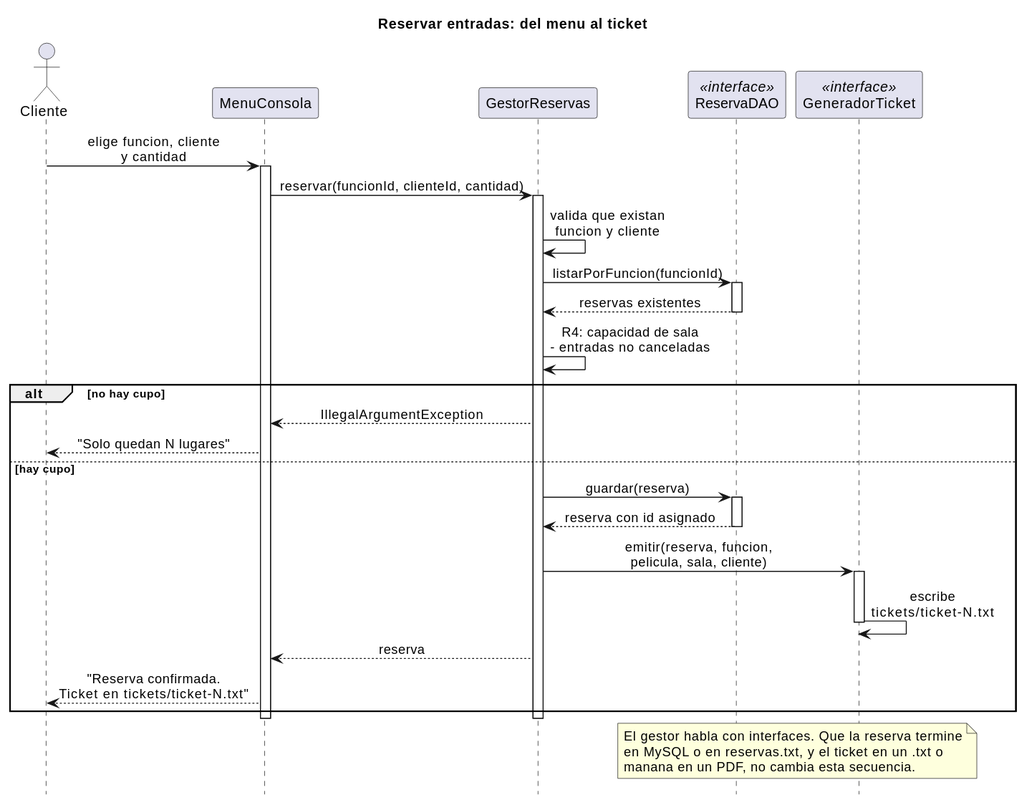
Before: cine-backend/docs/diagramas/secuencia-reserva.svg, a diagram exported from PlantUML (andreiveisuade/cine-uade). Source of this version:
```plantuml
@startuml
title Reservar entradas: del menu al ticket

skinparam sequenceMessageAlign center
hide footbox

actor Cliente
participant "MenuConsola" as UI
participant "GestorReservas" as Gestor
participant "ReservaDAO" as DAO <<interface>>
participant "GeneradorTicket" as Ticket <<interface>>

Cliente -> UI : elige funcion, cliente\ny cantidad
activate UI

UI -> Gestor : reservar(funcionId, clienteId, cantidad)
activate Gestor

Gestor -> Gestor : valida que existan\nfuncion y cliente
Gestor -> DAO : listarPorFuncion(funcionId)
activate DAO
DAO --> Gestor : reservas existentes
deactivate DAO
Gestor -> Gestor : R4: capacidad de sala\n- entradas no canceladas

alt no hay cupo
  Gestor --> UI : IllegalArgumentException
  UI --> Cliente : "Solo quedan N lugares"
else hay cupo
  Gestor -> DAO : guardar(reserva)
  activate DAO
  DAO --> Gestor : reserva con id asignado
  deactivate DAO

  Gestor -> Ticket : emitir(reserva, funcion,\npelicula, sala, cliente)
  activate Ticket
  Ticket -> Ticket : escribe\ntickets/ticket-N.txt
  deactivate Ticket

  Gestor --> UI : reserva
  UI --> Cliente : "Reserva confirmada.\nTicket en tickets/ticket-N.txt"
end
deactivate Gestor
deactivate UI

note over DAO, Ticket
  El gestor habla con interfaces. Que la reserva termine
  en MySQL o en reservas.txt, y el ticket en un .txt o
  manana en un PDF, no cambia esta secuencia.
end note
@enduml
```
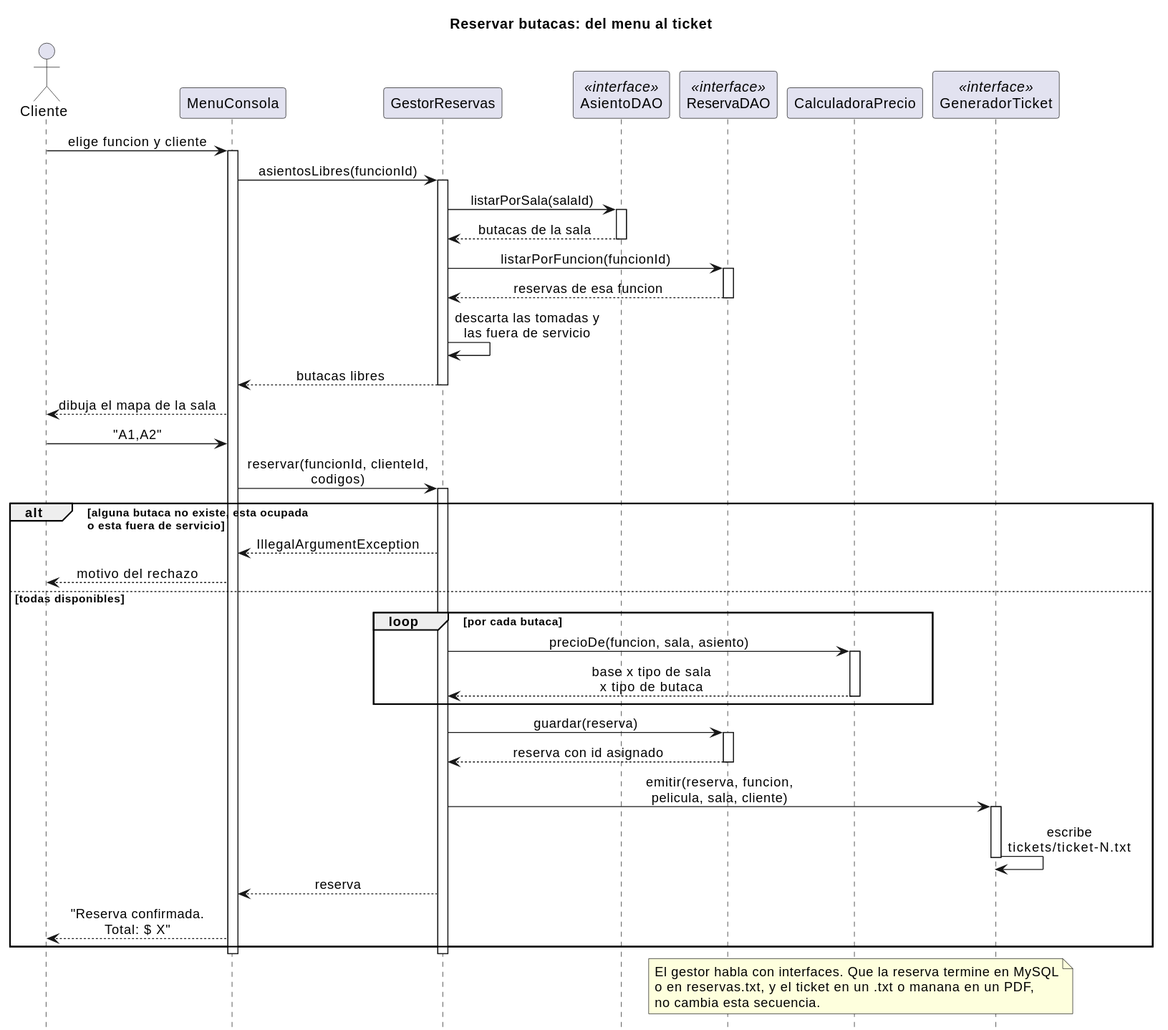
Later version of the same file.

Change to the diagram source:
```diff
@@ -1,5 +1,5 @@
 @startuml
-title Reservar entradas: del menu al ticket
+title Reservar butacas: del menu al ticket
 
 skinparam sequenceMessageAlign center
 hide footbox
@@ -7,26 +7,45 @@
 actor Cliente
 participant "MenuConsola" as UI
 participant "GestorReservas" as Gestor
+participant "AsientoDAO" as Asientos <<interface>>
 participant "ReservaDAO" as DAO <<interface>>
+participant "CalculadoraPrecio" as Precio
 participant "GeneradorTicket" as Ticket <<interface>>
 
-Cliente -> UI : elige funcion, cliente\ny cantidad
+Cliente -> UI : elige funcion y cliente
 activate UI
 
-UI -> Gestor : reservar(funcionId, clienteId, cantidad)
+UI -> Gestor : asientosLibres(funcionId)
+activate Gestor
+Gestor -> Asientos : listarPorSala(salaId)
+activate Asientos
+Asientos --> Gestor : butacas de la sala
+deactivate Asientos
+Gestor -> DAO : listarPorFuncion(funcionId)
+activate DAO
+DAO --> Gestor : reservas de esa funcion
+deactivate DAO
+Gestor -> Gestor : descarta las tomadas y\nlas fuera de servicio
+Gestor --> UI : butacas libres
+deactivate Gestor
+
+UI --> Cliente : dibuja el mapa de la sala
+Cliente -> UI : "A1,A2"
+
+UI -> Gestor : reservar(funcionId, clienteId,\ncodigos)
 activate Gestor
 
-Gestor -> Gestor : valida que existan\nfuncion y cliente
-Gestor -> DAO : listarPorFuncion(funcionId)
-activate DAO
-DAO --> Gestor : reservas existentes
-deactivate DAO
-Gestor -> Gestor : R4: capacidad de sala\n- entradas no canceladas
+alt alguna butaca no existe, esta ocupada\no esta fuera de servicio
+  Gestor --> UI : IllegalArgumentException
+  UI --> Cliente : motivo del rechazo
+else todas disponibles
+  loop por cada butaca
+    Gestor -> Precio : precioDe(funcion, sala, asiento)
+    activate Precio
+    Precio --> Gestor : base x tipo de sala\nx tipo de butaca
+    deactivate Precio
+  end
 
-alt no hay cupo
-  Gestor --> UI : IllegalArgumentException
-  UI --> Cliente : "Solo quedan N lugares"
-else hay cupo
   Gestor -> DAO : guardar(reserva)
   activate DAO
   DAO --> Gestor : reserva con id asignado
@@ -38,14 +57,14 @@
   deactivate Ticket
 
   Gestor --> UI : reserva
-  UI --> Cliente : "Reserva confirmada.\nTicket en tickets/ticket-N.txt"
+  UI --> Cliente : "Reserva confirmada.\nTotal: $ X"
 end
 deactivate Gestor
 deactivate UI
 
 note over DAO, Ticket
-  El gestor habla con interfaces. Que la reserva termine
-  en MySQL o en reservas.txt, y el ticket en un .txt o
-  manana en un PDF, no cambia esta secuencia.
+  El gestor habla con interfaces. Que la reserva termine en MySQL
+  o en reservas.txt, y el ticket en un .txt o manana en un PDF,
+  no cambia esta secuencia.
 end note
 @enduml
```
